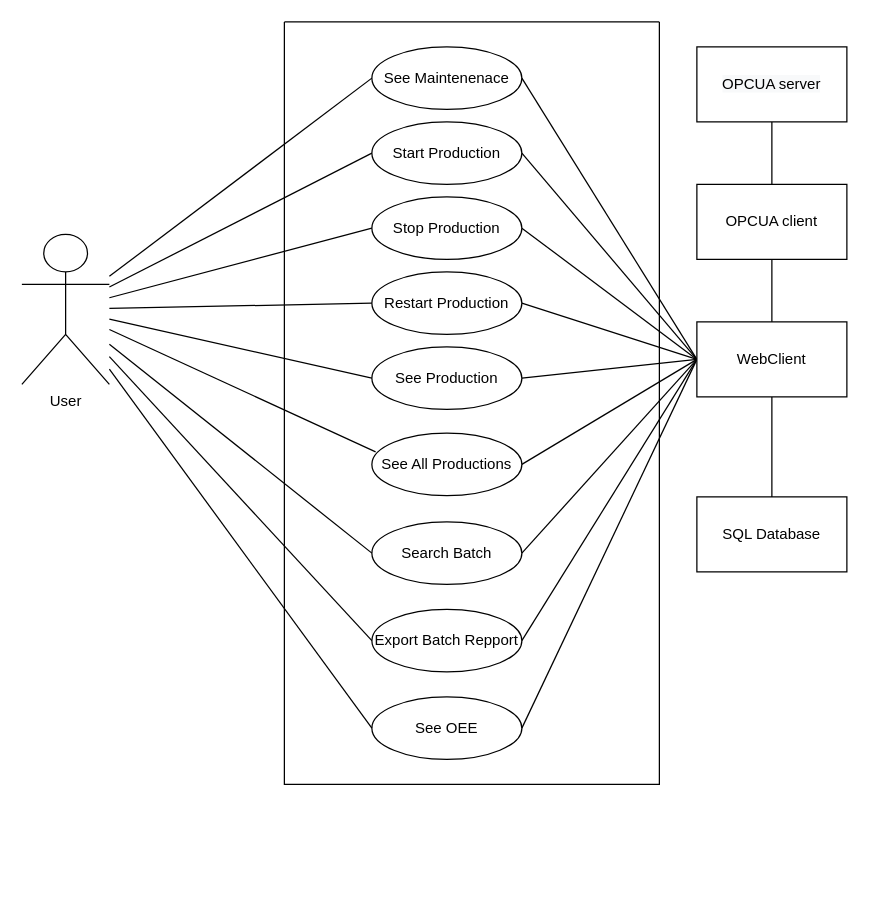
This is UseCase_general.drawio from sival19/BeerMachine, a draw.io file, before an edit. Source tidied: cells renumbered, new cells numbered last; positions are measured from the earlier drawing's top-left corner, leaving out a move shared by most shapes. Both pictures are drawn from the tidied source at 125%, with x=0, y=0 at pixel (21, 21).
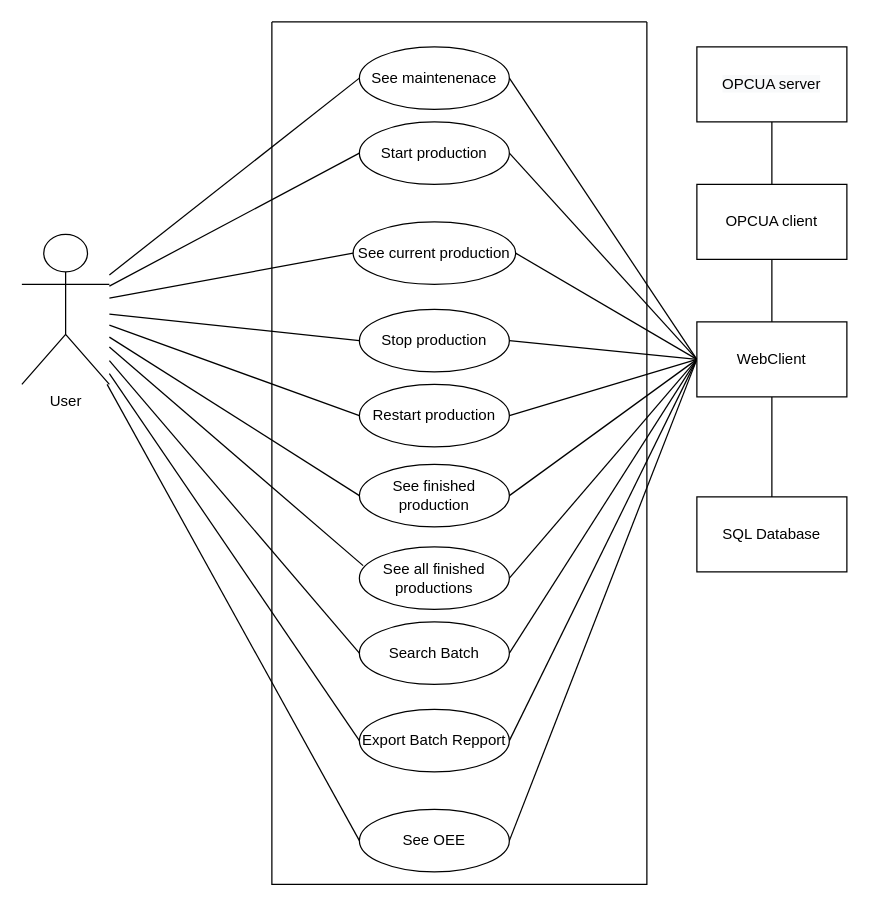
The same diagram, later.

Unchanged cells that the change refers to:
```xml
<mxCell id="12" value="User" style="shape=umlActor;verticalLabelPosition=bottom;verticalAlign=top;html=1;outlineConnect=0;" parent="1" vertex="1">
  <mxGeometry y="170" width="70" height="120" as="geometry" />
</mxCell>
<mxCell id="36" value="WebClient" style="rounded=0;whiteSpace=wrap;html=1;" parent="1" vertex="1">
  <mxGeometry x="540" y="240" width="120" height="60" as="geometry" />
</mxCell>
```

What changed in the source:
```diff
@@
     <mxCell id="2" style="swimlane;startSize=0;" parent="1" vertex="1">
-      <mxGeometry x="210" width="300" height="610" as="geometry" />
+      <mxGeometry x="200" width="300" height="690" as="geometry" />
     </mxCell>
-    <mxCell id="3" value="Start Production" style="ellipse;whiteSpace=wrap;html=1;" parent="2" vertex="1">
+    <mxCell id="3" value="Start production" style="ellipse;whiteSpace=wrap;html=1;" parent="2" vertex="1">
       <mxGeometry x="70" y="80" width="120" height="50" as="geometry" />
     </mxCell>
-    <mxCell id="4" value="Stop Production" style="ellipse;whiteSpace=wrap;html=1;" parent="2" vertex="1">
-      <mxGeometry x="70" y="140" width="120" height="50" as="geometry" />
+    <mxCell id="4" value="Stop production" style="ellipse;whiteSpace=wrap;html=1;" parent="2" vertex="1">
+      <mxGeometry x="70" y="230" width="120" height="50" as="geometry" />
     </mxCell>
-    <mxCell id="5" value="Restart Production" style="ellipse;whiteSpace=wrap;html=1;" parent="2" vertex="1">
-      <mxGeometry x="70" y="200" width="120" height="50" as="geometry" />
+    <mxCell id="5" value="Restart production" style="ellipse;whiteSpace=wrap;html=1;" parent="2" vertex="1">
+      <mxGeometry x="70" y="290" width="120" height="50" as="geometry" />
     </mxCell>
-    <mxCell id="6" value="See Production" style="ellipse;whiteSpace=wrap;html=1;" parent="2" vertex="1">
-      <mxGeometry x="70" y="260" width="120" height="50" as="geometry" />
+    <mxCell id="6" value="See finished production" style="ellipse;whiteSpace=wrap;html=1;" parent="2" vertex="1">
+      <mxGeometry x="70" y="354" width="120" height="50" as="geometry" />
     </mxCell>
-    <mxCell id="7" value="See All Productions" style="ellipse;whiteSpace=wrap;html=1;" parent="2" vertex="1">
-      <mxGeometry x="70" y="329" width="120" height="50" as="geometry" />
+    <mxCell id="7" value="See all finished productions" style="ellipse;whiteSpace=wrap;html=1;" parent="2" vertex="1">
+      <mxGeometry x="70" y="420" width="120" height="50" as="geometry" />
     </mxCell>
     <mxCell id="8" value="Search Batch" style="ellipse;whiteSpace=wrap;html=1;" parent="2" vertex="1">
-      <mxGeometry x="70" y="400" width="120" height="50" as="geometry" />
+      <mxGeometry x="70" y="480" width="120" height="50" as="geometry" />
     </mxCell>
     <mxCell id="9" value="Export Batch Repport" style="ellipse;whiteSpace=wrap;html=1;" parent="2" vertex="1">
-      <mxGeometry x="70" y="470" width="120" height="50" as="geometry" />
+      <mxGeometry x="70" y="550" width="120" height="50" as="geometry" />
     </mxCell>
     <mxCell id="10" value="See OEE" style="ellipse;whiteSpace=wrap;html=1;" parent="2" vertex="1">
-      <mxGeometry x="70" y="540" width="120" height="50" as="geometry" />
+      <mxGeometry x="70" y="630" width="120" height="50" as="geometry" />
     </mxCell>
-    <mxCell id="11" value="See Maintenenace" style="ellipse;whiteSpace=wrap;html=1;" parent="2" vertex="1">
+    <mxCell id="11" value="See maintenenace" style="ellipse;whiteSpace=wrap;html=1;" parent="2" vertex="1">
       <mxGeometry x="70" y="20" width="120" height="50" as="geometry" />
     </mxCell>
+    <mxCell id="38" value="See current production" style="ellipse;whiteSpace=wrap;html=1;" parent="2" vertex="1">
+      <mxGeometry x="65" y="160" width="130" height="50" as="geometry" />
+    </mxCell>
@@
-    <mxCell id="29" style="endArrow=none;html=1;entryX=0;entryY=0.5;entryDx=0;entryDy=0;" parent="1" edge="1" source="12">
-      <mxGeometry relative="1" as="geometry">
-        <mxPoint x="280" y="45" as="targetPoint" />
-      </mxGeometry>
+    <mxCell id="29" style="endArrow=none;html=1;entryX=0;entryY=0.5;entryDx=0;entryDy=0;" parent="1" edge="1" source="12" target="11">
+      <mxGeometry relative="1" as="geometry" />
     </mxCell>
@@
+    <mxCell id="39" style="endArrow=none;html=1;entryX=0;entryY=0.5;entryDx=0;entryDy=0;" parent="1" edge="1" target="38">
+      <mxGeometry relative="1" as="geometry">
+        <mxPoint x="70" y="221" as="sourcePoint" />
+      </mxGeometry>
+    </mxCell>
+    <mxCell id="40" style="endArrow=none;html=1;entryX=0;entryY=0.5;entryDx=0;entryDy=0;exitX=1;exitY=0.5;exitDx=0;exitDy=0;" parent="1" edge="1" source="38" target="36">
+      <mxGeometry relative="1" as="geometry" />
+    </mxCell>
```
